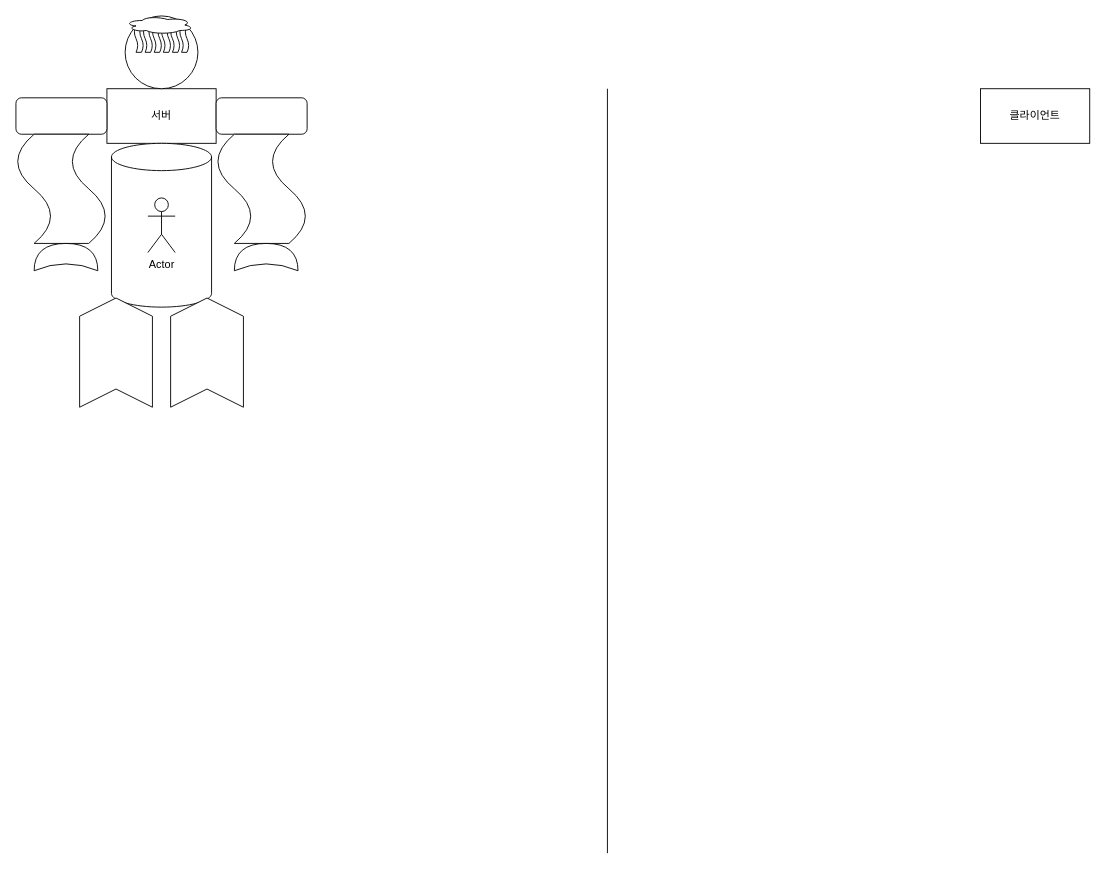
riulwoo/WorkMate keeps this draw.io diagram as Untitled Diagram.drawio. Above is the earlier version. Source tidied: cells renumbered, new cells numbered last; positions are measured from the earlier drawing's top-left corner, leaving out a move shared by most shapes. Both pictures are drawn from the tidied source at 91%, with x=0, y=0 at pixel (15, 15).
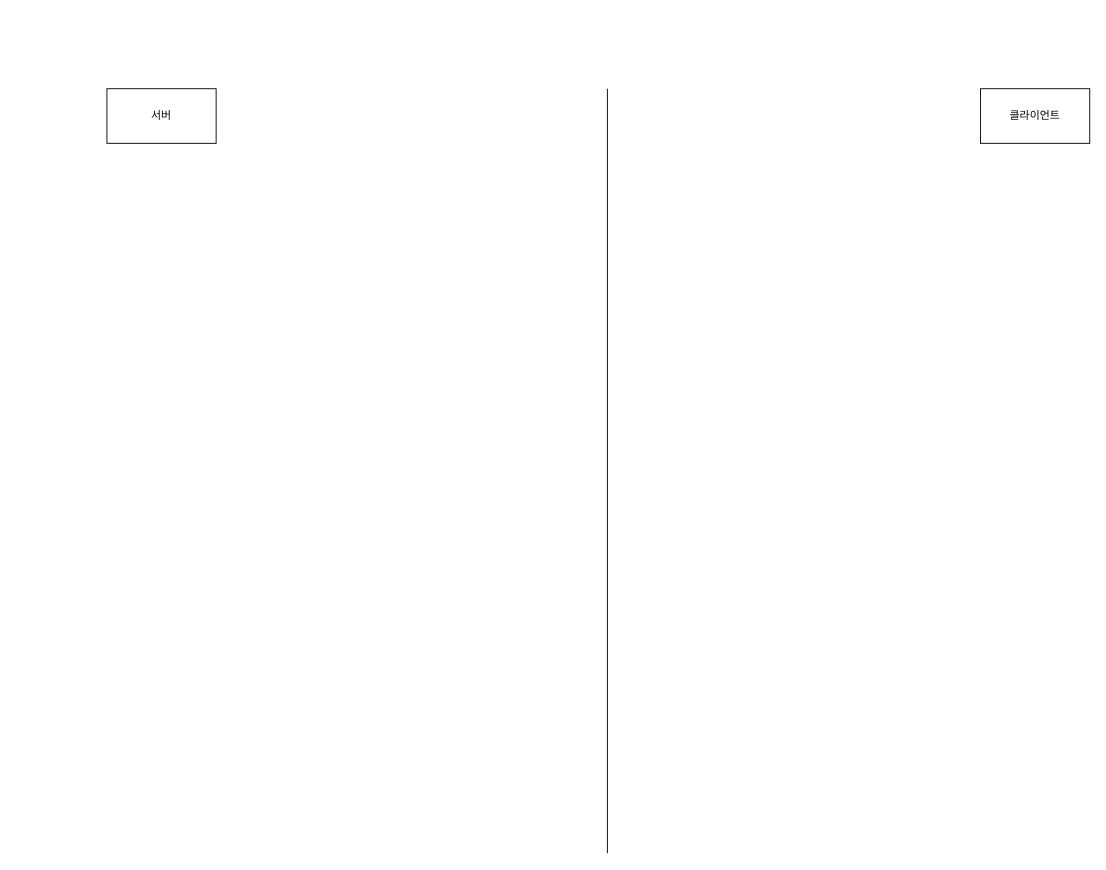
Above is the later version.

Change to the diagram source:
```diff
@@
-    <mxCell id="5" style="ellipse;whiteSpace=wrap;html=1;" parent="1" vertex="1">
-      <mxGeometry x="120" width="80" height="80" as="geometry" />
-    </mxCell>
-    <mxCell id="6" style="rounded=1;whiteSpace=wrap;html=1;direction=west;" parent="1" vertex="1">
-      <mxGeometry x="220" y="90" width="100" height="40" as="geometry" />
-    </mxCell>
-    <mxCell id="7" style="shape=tape;whiteSpace=wrap;html=1;direction=south;" parent="1" vertex="1">
-      <mxGeometry x="220" y="130" width="100" height="120" as="geometry" />
-    </mxCell>
-    <mxCell id="8" style="shape=xor;whiteSpace=wrap;html=1;direction=north;" parent="1" vertex="1">
-      <mxGeometry x="240" y="250" width="70" height="30" as="geometry" />
-    </mxCell>
-    <mxCell id="9" style="rounded=1;whiteSpace=wrap;html=1;direction=west;" parent="1" vertex="1">
-      <mxGeometry y="90" width="100" height="40" as="geometry" />
-    </mxCell>
-    <mxCell id="10" style="shape=tape;whiteSpace=wrap;html=1;direction=north;" parent="1" vertex="1">
-      <mxGeometry y="130" width="100" height="120" as="geometry" />
-    </mxCell>
-    <mxCell id="11" style="shape=xor;whiteSpace=wrap;html=1;direction=north;" parent="1" vertex="1">
-      <mxGeometry x="20" y="250" width="70" height="30" as="geometry" />
-    </mxCell>
-    <mxCell id="12" style="shape=cylinder3;whiteSpace=wrap;html=1;boundedLbl=1;backgroundOutline=1;size=15;" parent="1" vertex="1">
-      <mxGeometry x="105" y="140" width="110" height="180" as="geometry" />
-    </mxCell>
-    <mxCell id="13" style="shape=step;perimeter=stepPerimeter;whiteSpace=wrap;html=1;fixedSize=1;direction=north;" parent="1" vertex="1">
-      <mxGeometry x="170" y="310" width="80" height="120" as="geometry" />
-    </mxCell>
-    <mxCell id="14" style="shape=step;perimeter=stepPerimeter;whiteSpace=wrap;html=1;fixedSize=1;direction=north;" parent="1" vertex="1">
-      <mxGeometry x="70" y="310" width="80" height="120" as="geometry" />
-    </mxCell>
-    <mxCell id="15" style="shape=tape;whiteSpace=wrap;html=1;direction=south;" parent="1" vertex="1">
-      <mxGeometry x="180" y="10" width="10" height="30" as="geometry" />
-    </mxCell>
-    <mxCell id="16" style="shape=tape;whiteSpace=wrap;html=1;direction=south;" parent="1" vertex="1">
-      <mxGeometry x="160" y="10" width="10" height="30" as="geometry" />
-    </mxCell>
-    <mxCell id="17" style="shape=tape;whiteSpace=wrap;html=1;direction=south;" parent="1" vertex="1">
-      <mxGeometry x="170" y="10" width="10" height="30" as="geometry" />
-    </mxCell>
-    <mxCell id="18" style="shape=tape;whiteSpace=wrap;html=1;direction=south;" parent="1" vertex="1">
-      <mxGeometry x="150" y="10" width="10" height="30" as="geometry" />
-    </mxCell>
-    <mxCell id="19" style="shape=tape;whiteSpace=wrap;html=1;direction=south;" parent="1" vertex="1">
-      <mxGeometry x="140" y="10" width="10" height="30" as="geometry" />
-    </mxCell>
-    <mxCell id="20" style="shape=tape;whiteSpace=wrap;html=1;direction=south;" parent="1" vertex="1">
-      <mxGeometry x="130" y="10" width="10" height="30" as="geometry" />
-    </mxCell>
-    <mxCell id="21" style="ellipse;shape=cloud;whiteSpace=wrap;html=1;" parent="1" vertex="1">
-      <mxGeometry x="120" width="75" height="20" as="geometry" />
-    </mxCell>
-    <mxCell id="22" value="Actor" style="shape=umlActor;verticalLabelPosition=bottom;verticalAlign=top;html=1;" parent="1" vertex="1">
-      <mxGeometry x="145" y="200" width="30" height="60" as="geometry" />
-    </mxCell>
```
